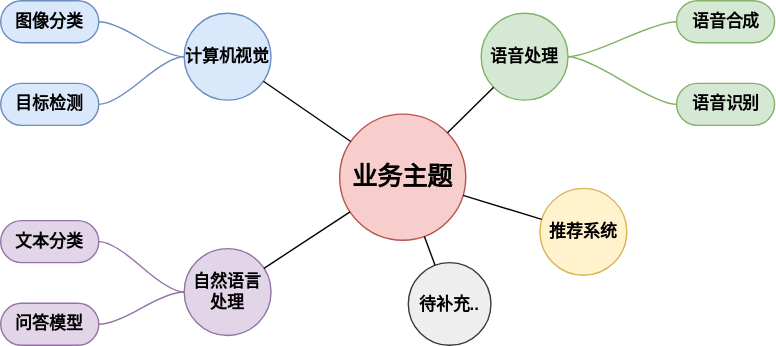
The draw.io diagram imgs/Business_topics.drawio.svg in itmorn/AI.handbook, before a commit. Source tidied: cells renumbered, new cells last; positions are measured from the earlier drawing's top-left corner, leaving out a move shared by most shapes.
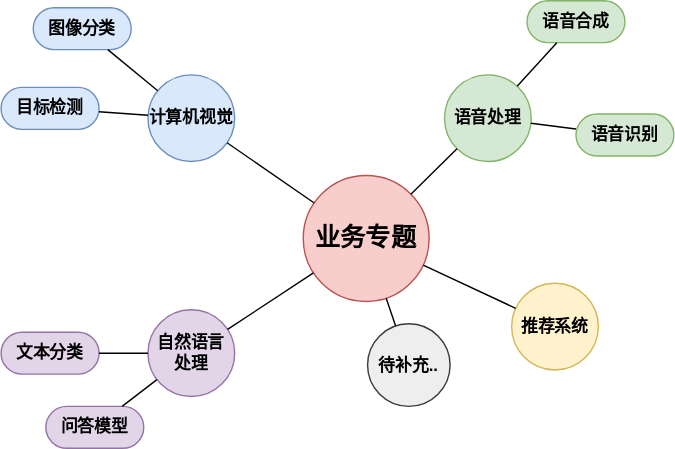
After the commit.

What changed in the source:
```diff
@@ -2,45 +2,27 @@
   <root>
     <mxCell id="0" />
     <mxCell id="1" parent="0" />
-    <mxCell id="2" value="&lt;span style=&quot;font-size: 18px;&quot;&gt;业务主题&lt;/span&gt;" style="ellipse;whiteSpace=wrap;html=1;align=center;newEdgeStyle={&quot;edgeStyle&quot;:&quot;entityRelationEdgeStyle&quot;,&quot;startArrow&quot;:&quot;none&quot;,&quot;endArrow&quot;:&quot;none&quot;,&quot;segment&quot;:10,&quot;curved&quot;:1,&quot;sourcePerimeterSpacing&quot;:0,&quot;targetPerimeterSpacing&quot;:0};fillColor=#f8cecc;strokeColor=#b85450;shadow=0;fontStyle=1;fontSize=18;" parent="1" vertex="1">
+    <mxCell id="2" value="&lt;span style=&quot;font-size: 18px;&quot;&gt;业务专题&lt;/span&gt;" style="ellipse;whiteSpace=wrap;html=1;align=center;newEdgeStyle={&quot;edgeStyle&quot;:&quot;entityRelationEdgeStyle&quot;,&quot;startArrow&quot;:&quot;none&quot;,&quot;endArrow&quot;:&quot;none&quot;,&quot;segment&quot;:10,&quot;curved&quot;:1,&quot;sourcePerimeterSpacing&quot;:0,&quot;targetPerimeterSpacing&quot;:0};fillColor=#f8cecc;strokeColor=#b85450;shadow=0;fontStyle=1;fontSize=18;" parent="1" vertex="1">
       <mxGeometry x="242" y="81" width="90" height="90" as="geometry" />
     </mxCell>
     <mxCell id="3" value="图像分类" style="whiteSpace=wrap;html=1;rounded=1;arcSize=50;align=center;verticalAlign=middle;strokeWidth=1;spacing=4;newEdgeStyle={&quot;edgeStyle&quot;:&quot;entityRelationEdgeStyle&quot;,&quot;startArrow&quot;:&quot;none&quot;,&quot;endArrow&quot;:&quot;none&quot;,&quot;segment&quot;:10,&quot;curved&quot;:1,&quot;sourcePerimeterSpacing&quot;:0,&quot;targetPerimeterSpacing&quot;:0};fillColor=#dae8fc;strokeColor=#6c8ebf;fontStyle=1;" parent="1" vertex="1">
-      <mxGeometry width="70" height="30" as="geometry" />
+      <mxGeometry x="49" y="-39" width="70" height="30" as="geometry" />
     </mxCell>
-    <mxCell id="4" style="edgeStyle=entityRelationEdgeStyle;startArrow=none;endArrow=none;segment=10;curved=1;sourcePerimeterSpacing=0;targetPerimeterSpacing=0;rounded=0;fontStyle=1;fillColor=#dae8fc;strokeColor=#6c8ebf;" parent="1" edge="1" source="15" target="3">
-      <mxGeometry relative="1" as="geometry" />
-    </mxCell>
     <mxCell id="5" value="目标检测" style="whiteSpace=wrap;html=1;rounded=1;arcSize=50;align=center;verticalAlign=middle;strokeWidth=1;spacing=4;newEdgeStyle={&quot;edgeStyle&quot;:&quot;entityRelationEdgeStyle&quot;,&quot;startArrow&quot;:&quot;none&quot;,&quot;endArrow&quot;:&quot;none&quot;,&quot;segment&quot;:10,&quot;curved&quot;:1,&quot;sourcePerimeterSpacing&quot;:0,&quot;targetPerimeterSpacing&quot;:0};fillColor=#dae8fc;strokeColor=#6c8ebf;fontStyle=1;" parent="1" vertex="1">
-      <mxGeometry y="59" width="70" height="30" as="geometry" />
+      <mxGeometry x="26" y="18" width="70" height="30" as="geometry" />
     </mxCell>
-    <mxCell id="6" style="edgeStyle=entityRelationEdgeStyle;startArrow=none;endArrow=none;segment=10;curved=1;sourcePerimeterSpacing=0;targetPerimeterSpacing=0;rounded=0;fontStyle=1;fillColor=#dae8fc;strokeColor=#6c8ebf;" parent="1" edge="1" source="15" target="5">
-      <mxGeometry relative="1" as="geometry" />
-    </mxCell>
     <mxCell id="7" value="语音合成" style="whiteSpace=wrap;html=1;rounded=1;arcSize=50;align=center;verticalAlign=middle;strokeWidth=1;spacing=4;newEdgeStyle={&quot;edgeStyle&quot;:&quot;entityRelationEdgeStyle&quot;,&quot;startArrow&quot;:&quot;none&quot;,&quot;endArrow&quot;:&quot;none&quot;,&quot;segment&quot;:10,&quot;curved&quot;:1,&quot;sourcePerimeterSpacing&quot;:0,&quot;targetPerimeterSpacing&quot;:0};fillColor=#d5e8d4;strokeColor=#82b366;fontStyle=1;" parent="1" vertex="1">
-      <mxGeometry x="482.5" width="70" height="30" as="geometry" />
+      <mxGeometry x="402" y="-44" width="70" height="30" as="geometry" />
     </mxCell>
-    <mxCell id="8" style="edgeStyle=entityRelationEdgeStyle;startArrow=none;endArrow=none;segment=10;curved=1;sourcePerimeterSpacing=0;targetPerimeterSpacing=0;rounded=0;fontStyle=1;fillColor=#d5e8d4;strokeColor=#82b366;" parent="1" edge="1" source="19" target="7">
-      <mxGeometry relative="1" as="geometry" />
-    </mxCell>
     <mxCell id="9" value="语音识别" style="whiteSpace=wrap;html=1;rounded=1;arcSize=50;align=center;verticalAlign=middle;strokeWidth=1;spacing=4;newEdgeStyle={&quot;edgeStyle&quot;:&quot;entityRelationEdgeStyle&quot;,&quot;startArrow&quot;:&quot;none&quot;,&quot;endArrow&quot;:&quot;none&quot;,&quot;segment&quot;:10,&quot;curved&quot;:1,&quot;sourcePerimeterSpacing&quot;:0,&quot;targetPerimeterSpacing&quot;:0};fillColor=#d5e8d4;strokeColor=#82b366;fontStyle=1;" parent="1" vertex="1">
-      <mxGeometry x="482.5" y="59" width="70" height="30" as="geometry" />
+      <mxGeometry x="437" y="37" width="70" height="30" as="geometry" />
     </mxCell>
-    <mxCell id="10" style="edgeStyle=entityRelationEdgeStyle;startArrow=none;endArrow=none;segment=10;curved=1;sourcePerimeterSpacing=0;targetPerimeterSpacing=0;rounded=0;fontStyle=1;fillColor=#d5e8d4;strokeColor=#82b366;" parent="1" edge="1" source="19" target="9">
-      <mxGeometry relative="1" as="geometry" />
-    </mxCell>
     <mxCell id="11" value="文本分类" style="whiteSpace=wrap;html=1;rounded=1;arcSize=50;align=center;verticalAlign=middle;strokeWidth=1;spacing=4;newEdgeStyle={&quot;edgeStyle&quot;:&quot;entityRelationEdgeStyle&quot;,&quot;startArrow&quot;:&quot;none&quot;,&quot;endArrow&quot;:&quot;none&quot;,&quot;segment&quot;:10,&quot;curved&quot;:1,&quot;sourcePerimeterSpacing&quot;:0,&quot;targetPerimeterSpacing&quot;:0};fillColor=#e1d5e7;strokeColor=#9673a6;fontStyle=1;" parent="1" vertex="1">
-      <mxGeometry y="157" width="70" height="30" as="geometry" />
+      <mxGeometry x="26" y="193" width="70" height="30" as="geometry" />
     </mxCell>
-    <mxCell id="12" style="edgeStyle=entityRelationEdgeStyle;startArrow=none;endArrow=none;segment=10;curved=1;sourcePerimeterSpacing=0;targetPerimeterSpacing=0;rounded=0;fontStyle=1;fillColor=#e1d5e7;strokeColor=#9673a6;" parent="1" edge="1" source="17" target="11">
-      <mxGeometry relative="1" as="geometry" />
-    </mxCell>
     <mxCell id="13" value="问答模型" style="whiteSpace=wrap;html=1;rounded=1;arcSize=50;align=center;verticalAlign=middle;strokeWidth=1;spacing=4;newEdgeStyle={&quot;edgeStyle&quot;:&quot;entityRelationEdgeStyle&quot;,&quot;startArrow&quot;:&quot;none&quot;,&quot;endArrow&quot;:&quot;none&quot;,&quot;segment&quot;:10,&quot;curved&quot;:1,&quot;sourcePerimeterSpacing&quot;:0,&quot;targetPerimeterSpacing&quot;:0};fillColor=#e1d5e7;strokeColor=#9673a6;fontStyle=1;" parent="1" vertex="1">
-      <mxGeometry y="216" width="70" height="30" as="geometry" />
+      <mxGeometry x="58" y="246" width="70" height="30" as="geometry" />
     </mxCell>
-    <mxCell id="14" style="edgeStyle=entityRelationEdgeStyle;startArrow=none;endArrow=none;segment=10;curved=1;sourcePerimeterSpacing=0;targetPerimeterSpacing=0;rounded=0;fontStyle=1;fillColor=#e1d5e7;strokeColor=#9673a6;" parent="1" edge="1" source="17" target="13">
-      <mxGeometry relative="1" as="geometry" />
-    </mxCell>
     <mxCell id="15" value="计算机视觉" style="ellipse;whiteSpace=wrap;html=1;fillColor=#dae8fc;strokeColor=#6c8ebf;fontStyle=1;" parent="1" vertex="1">
       <mxGeometry x="131" y="9" width="62" height="62" as="geometry" />
     </mxCell>
@@ -60,16 +42,34 @@
       <mxGeometry relative="1" as="geometry" />
     </mxCell>
     <mxCell id="21" value="推荐系统" style="ellipse;whiteSpace=wrap;html=1;fillColor=#fff2cc;strokeColor=#d6b656;fontStyle=1;" parent="1" vertex="1">
-      <mxGeometry x="385" y="134" width="62" height="62" as="geometry" />
+      <mxGeometry x="391" y="158" width="62" height="62" as="geometry" />
     </mxCell>
     <mxCell id="22" style="endArrow=none;html=1;rounded=0;" parent="1" edge="1" source="2" target="21">
       <mxGeometry relative="1" as="geometry" />
     </mxCell>
     <mxCell id="23" value="待补充.." style="ellipse;whiteSpace=wrap;html=1;fillColor=#eeeeee;strokeColor=#36393d;fontStyle=1;" parent="1" vertex="1">
-      <mxGeometry x="291" y="187" width="59" height="59" as="geometry" />
+      <mxGeometry x="288" y="187" width="59" height="59" as="geometry" />
     </mxCell>
     <mxCell id="24" style="endArrow=none;html=1;rounded=0;" parent="1" edge="1" source="23" target="2">
       <mxGeometry relative="1" as="geometry" />
     </mxCell>
+    <mxCell id="4" style="endArrow=none;html=1;rounded=0;" parent="1" edge="1" source="15" target="3">
+      <mxGeometry relative="1" as="geometry" />
+    </mxCell>
+    <mxCell id="6" style="endArrow=none;html=1;rounded=0;" parent="1" edge="1" source="15" target="5">
+      <mxGeometry relative="1" as="geometry" />
+    </mxCell>
+    <mxCell id="12" style="endArrow=none;html=1;rounded=0;" parent="1" edge="1" source="17" target="11">
+      <mxGeometry relative="1" as="geometry" />
+    </mxCell>
+    <mxCell id="14" style="endArrow=none;html=1;rounded=0;" parent="1" edge="1" source="17" target="13">
+      <mxGeometry relative="1" as="geometry" />
+    </mxCell>
+    <mxCell id="8" style="endArrow=none;html=1;rounded=0;" parent="1" edge="1" source="19" target="7">
+      <mxGeometry relative="1" as="geometry" />
+    </mxCell>
+    <mxCell id="10" style="endArrow=none;html=1;rounded=0;" parent="1" edge="1" source="19" target="9">
+      <mxGeometry relative="1" as="geometry" />
+    </mxCell>
   </root>
 </mxGraphModel>
```
